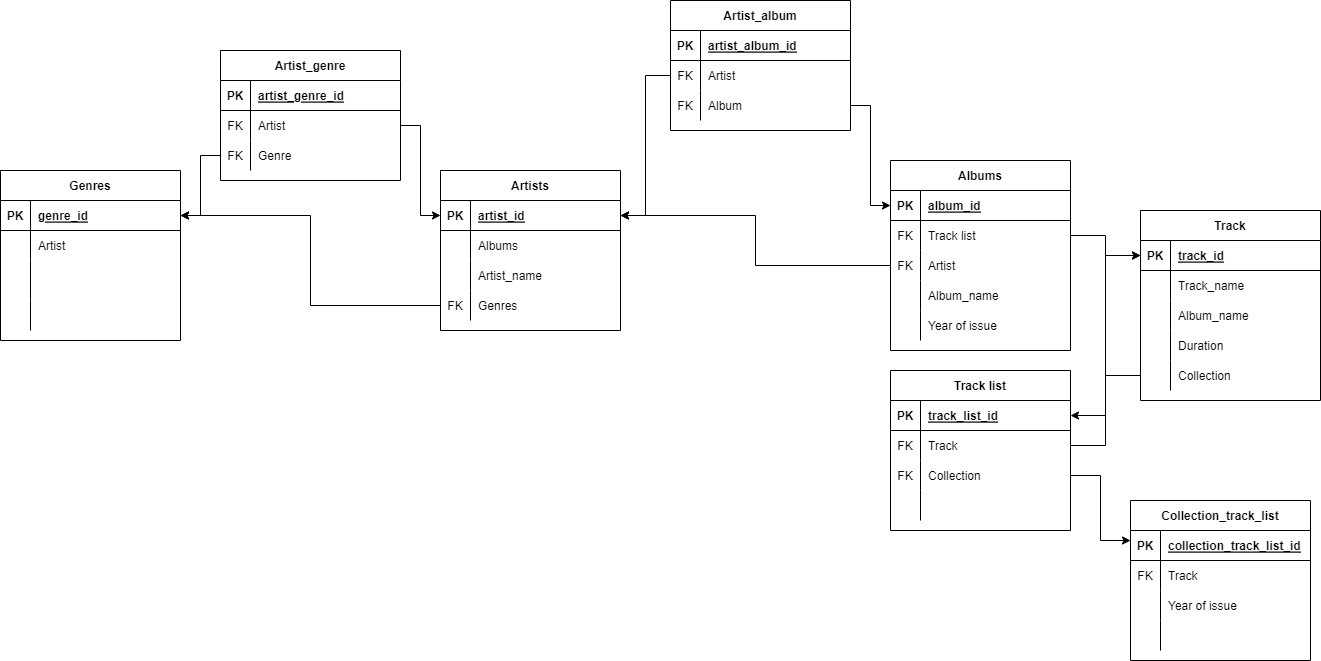
The draw.io diagram sqlpy_dz_2.drawio.png in NoL1eZ/sqlpy_dz_2, before a commit. Source tidied: cells renumbered, new cells last; positions are measured from the earlier drawing's top-left corner, leaving out a move shared by most shapes.
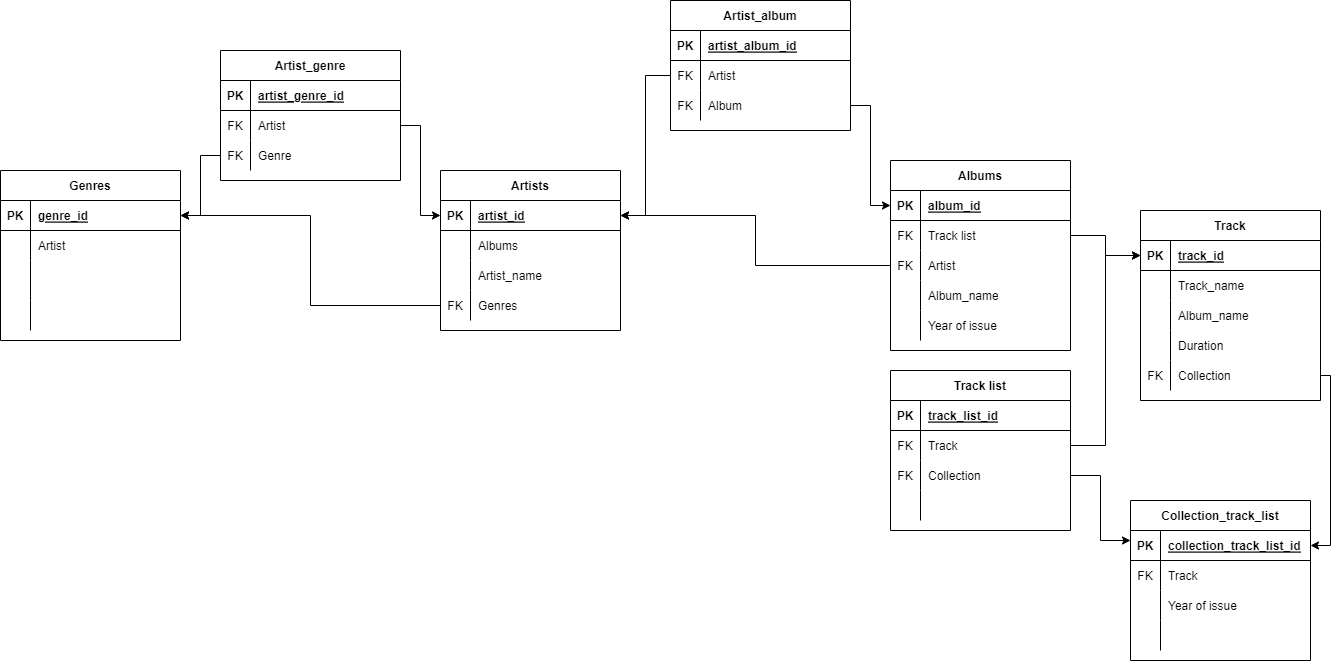
Later version of the same file.

Diff of the diagram source:
```diff
@@ -209,7 +209,7 @@
     <mxCell id="70" style="shape=tableRow;horizontal=0;startSize=0;swimlaneHead=0;swimlaneBody=0;fillColor=none;points=[[0,0.5],[1,0.5]];portConstraint=eastwest;top=0;left=0;right=0;bottom=0;" parent="57" vertex="1">
       <mxGeometry y="150" width="180" height="30" as="geometry" />
     </mxCell>
-    <mxCell id="71" style="shape=partialRectangle;fillColor=none;top=0;left=0;bottom=0;right=0;overflow=hidden;" parent="70" vertex="1">
+    <mxCell id="71" value="FK" style="shape=partialRectangle;fillColor=none;top=0;left=0;bottom=0;right=0;overflow=hidden;" parent="70" vertex="1">
       <mxGeometry width="30" height="30" as="geometry" />
     </mxCell>
     <mxCell id="72" value="Collection" style="shape=partialRectangle;fillColor=none;top=0;left=0;bottom=0;right=0;align=left;spacingLeft=6;overflow=hidden;" parent="70" vertex="1">
@@ -341,8 +341,13 @@
     <mxCell id="114" style="edgeStyle=orthogonalEdgeStyle;rounded=0;jettySize=auto;html=1;entryX=0;entryY=0.25;entryDx=0;entryDy=0;" parent="1" edge="1" source="51" target="73">
       <mxGeometry relative="1" as="geometry" />
     </mxCell>
-    <mxCell id="115" style="edgeStyle=orthogonalEdgeStyle;rounded=0;jettySize=auto;html=1;entryX=1;entryY=0.5;entryDx=0;entryDy=0;" parent="1" edge="1" source="70" target="45">
-      <mxGeometry relative="1" as="geometry" />
-    </mxCell>
+    <mxCell id="116" style="edgeStyle=orthogonalEdgeStyle;rounded=0;jettySize=auto;html=1;entryX=1;entryY=0.5;entryDx=0;entryDy=0;" parent="1" edge="1" source="70" target="74">
+      <mxGeometry relative="1" as="geometry">
+        <Array as="points">
+          <mxPoint x="1330" y="375" />
+          <mxPoint x="1330" y="545" />
+        </Array>
+      </mxGeometry>
+    </mxCell>
   </root>
 </mxGraphModel>
```
